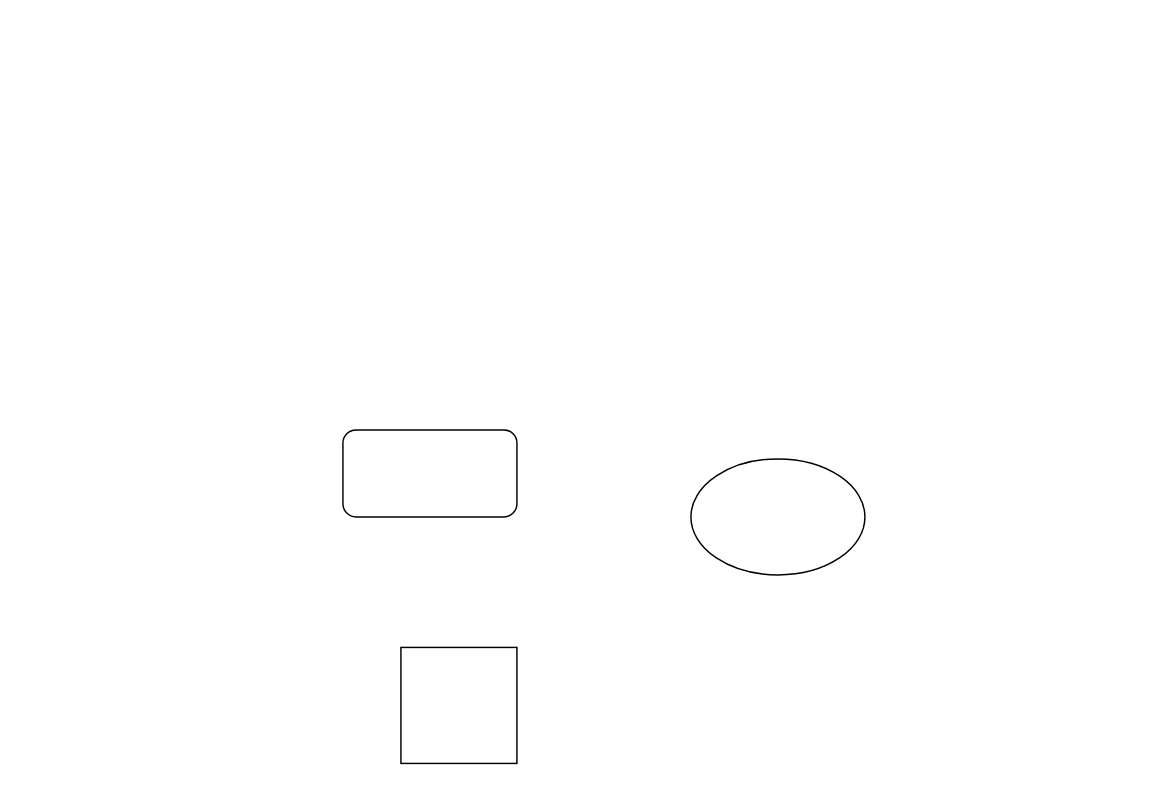
Earlier version of the draw.io diagram Untitled Diagram.drawio (gejunling/drawio). Source tidied: cells renumbered, new cells numbered last; positions are measured from the earlier drawing's top-left corner, leaving out a move shared by most shapes. Both pictures are drawn from the tidied source at 145%, with x=0, y=0 at pixel (342, 429).
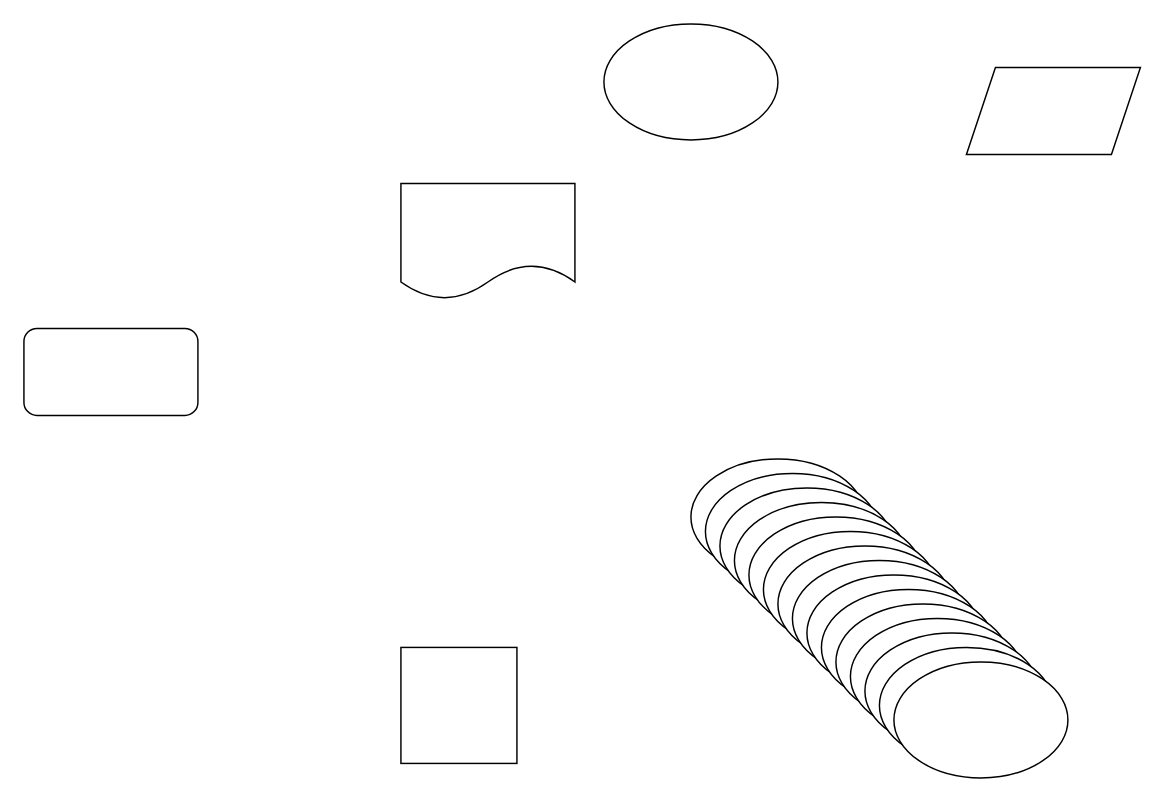
Above is the later version.

What changed in the source:
```diff
@@
     <mxCell id="2" style="rounded=1;whiteSpace=wrap;html=1;" parent="1" vertex="1">
-      <mxGeometry width="120" height="60" as="geometry" />
+      <mxGeometry x="-220" y="-70" width="120" height="60" as="geometry" />
     </mxCell>
@@
+    <mxCell id="5" style="ellipse;whiteSpace=wrap;html=1;" parent="1" vertex="1">
+      <mxGeometry x="180" y="-280" width="120" height="80" as="geometry" />
+    </mxCell>
+    <mxCell id="6" style="shape=parallelogram;perimeter=parallelogramPerimeter;whiteSpace=wrap;html=1;fixedSize=1;" parent="1" vertex="1">
+      <mxGeometry x="430" y="-250" width="120" height="60" as="geometry" />
+    </mxCell>
+    <mxCell id="7" style="shape=document;whiteSpace=wrap;html=1;boundedLbl=1;" parent="1" vertex="1">
+      <mxGeometry x="40" y="-170" width="120" height="80" as="geometry" />
+    </mxCell>
+    <mxCell id="8" style="ellipse;whiteSpace=wrap;html=1;" parent="1" vertex="1">
+      <mxGeometry x="250" y="30" width="120" height="80" as="geometry" />
+    </mxCell>
+    <mxCell id="9" style="ellipse;whiteSpace=wrap;html=1;" parent="1" vertex="1">
+      <mxGeometry x="260" y="40" width="120" height="80" as="geometry" />
+    </mxCell>
+    <mxCell id="10" style="ellipse;whiteSpace=wrap;html=1;" parent="1" vertex="1">
+      <mxGeometry x="270" y="50" width="120" height="80" as="geometry" />
+    </mxCell>
+    <mxCell id="11" style="ellipse;whiteSpace=wrap;html=1;" parent="1" vertex="1">
+      <mxGeometry x="280" y="60" width="120" height="80" as="geometry" />
+    </mxCell>
+    <mxCell id="12" style="ellipse;whiteSpace=wrap;html=1;" parent="1" vertex="1">
+      <mxGeometry x="290" y="70" width="120" height="80" as="geometry" />
+    </mxCell>
+    <mxCell id="13" style="ellipse;whiteSpace=wrap;html=1;" parent="1" vertex="1">
+      <mxGeometry x="300" y="80" width="120" height="80" as="geometry" />
+    </mxCell>
+    <mxCell id="14" style="ellipse;whiteSpace=wrap;html=1;" parent="1" vertex="1">
+      <mxGeometry x="310" y="90" width="120" height="80" as="geometry" />
+    </mxCell>
+    <mxCell id="15" style="ellipse;whiteSpace=wrap;html=1;" parent="1" vertex="1">
+      <mxGeometry x="320" y="100" width="120" height="80" as="geometry" />
+    </mxCell>
+    <mxCell id="16" style="ellipse;whiteSpace=wrap;html=1;" parent="1" vertex="1">
+      <mxGeometry x="330" y="110" width="120" height="80" as="geometry" />
+    </mxCell>
+    <mxCell id="17" style="ellipse;whiteSpace=wrap;html=1;" parent="1" vertex="1">
+      <mxGeometry x="340" y="120" width="120" height="80" as="geometry" />
+    </mxCell>
+    <mxCell id="18" style="ellipse;whiteSpace=wrap;html=1;" parent="1" vertex="1">
+      <mxGeometry x="350" y="130" width="120" height="80" as="geometry" />
+    </mxCell>
+    <mxCell id="19" style="ellipse;whiteSpace=wrap;html=1;" parent="1" vertex="1">
+      <mxGeometry x="360" y="140" width="120" height="80" as="geometry" />
+    </mxCell>
+    <mxCell id="20" style="ellipse;whiteSpace=wrap;html=1;" parent="1" vertex="1">
+      <mxGeometry x="370" y="150" width="120" height="80" as="geometry" />
+    </mxCell>
+    <mxCell id="21" style="ellipse;whiteSpace=wrap;html=1;" parent="1" vertex="1">
+      <mxGeometry x="380" y="160" width="120" height="80" as="geometry" />
+    </mxCell>
```
